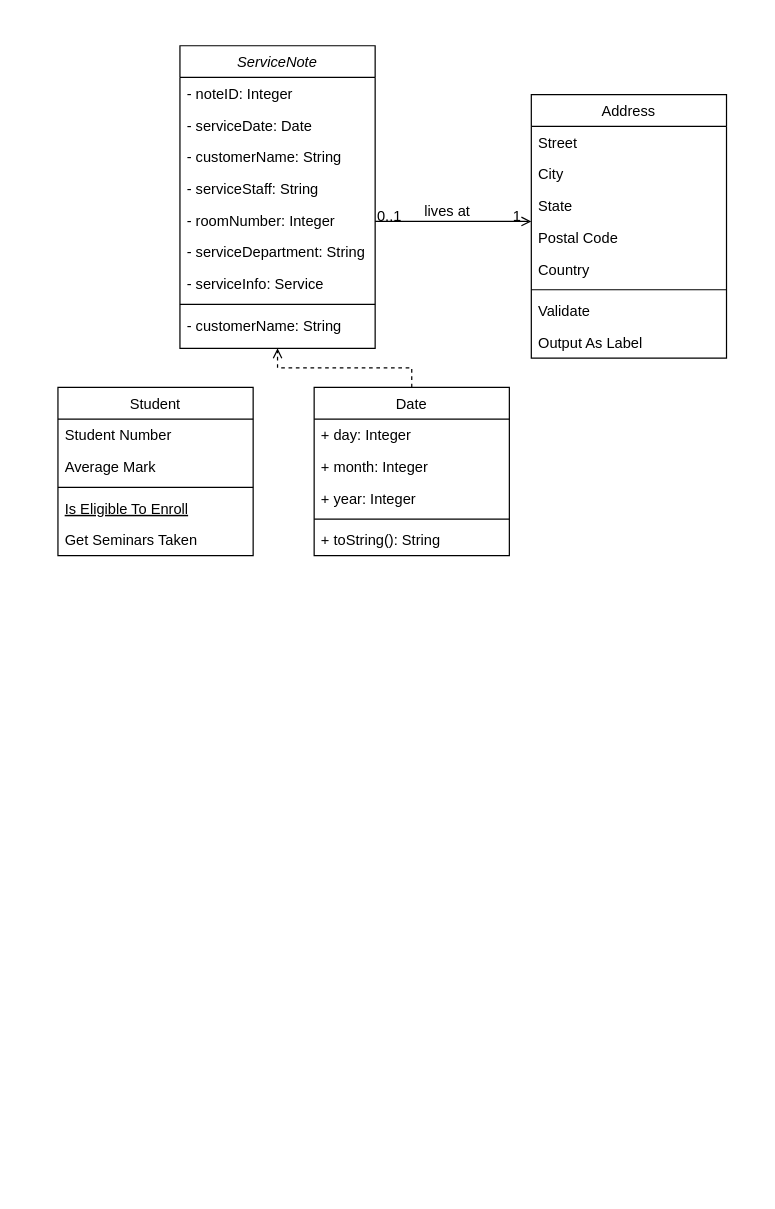
Before: Diagram/Class Diagram.drawio in jonathanha52/SE104.L23.PMCL, a draw.io diagram. Source tidied: cells renumbered, new cells numbered last; positions are measured from the earlier drawing's top-left corner, leaving out a move shared by most shapes. Both pictures are drawn from the tidied source at 122%, with x=0, y=0 at pixel (57, 45).
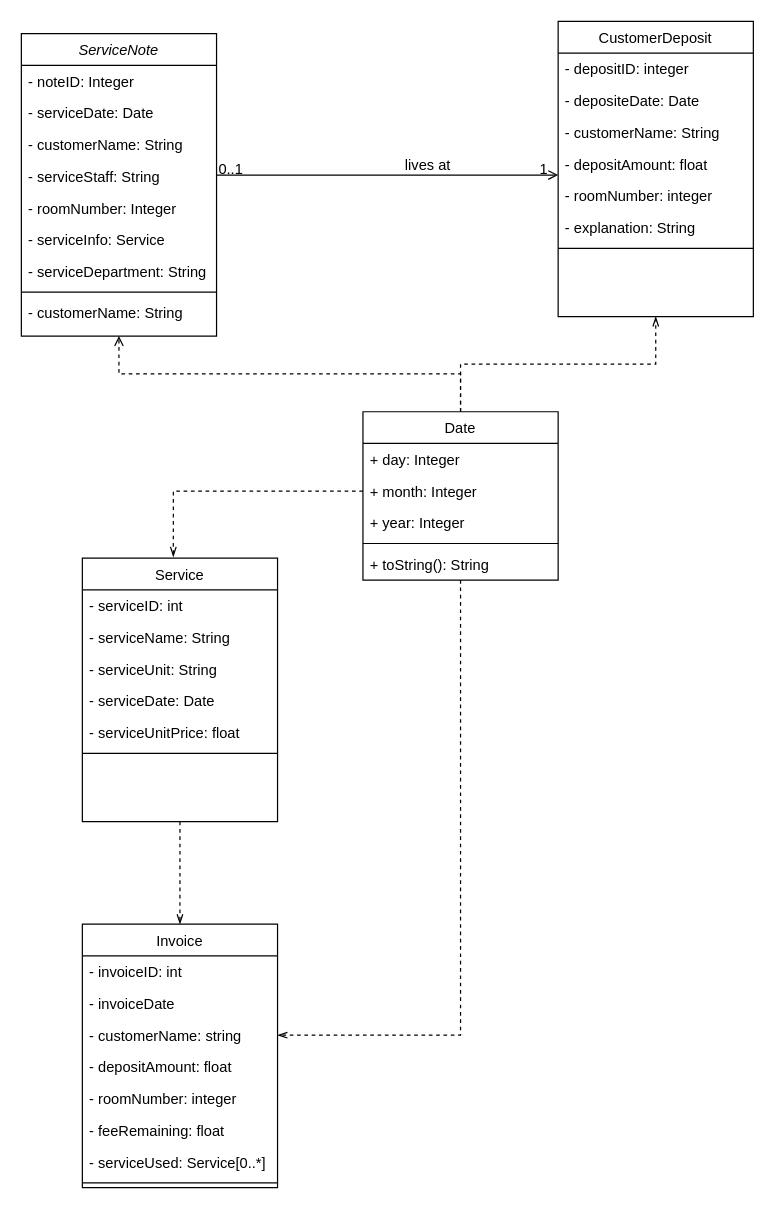
Above is the later version.

The change refers to these unchanged cells:
```xml
<mxCell id="20" value="+ month: Integer" style="text;align=left;verticalAlign=top;spacingLeft=4;spacingRight=4;overflow=hidden;points=[[0,0.5],[1,0.5]];portConstraint=eastwest;" parent="18" vertex="1">
  <mxGeometry y="52" width="160" height="26" as="geometry" />
</mxCell>
```

The edit, as a diff of the source:
```diff
@@
     <mxCell id="2" value="ServiceNote" style="swimlane;fontStyle=2;align=center;verticalAlign=top;horizontal=1;startSize=26;rounded=0;shadow=0;strokeWidth=1;" parent="1" vertex="1">
-      <mxGeometry x="100" width="160" height="248" as="geometry" />
+      <mxGeometry x="-30" y="-10" width="160" height="248" as="geometry" />
     </mxCell>
@@
+    <mxCell id="9" value="- serviceInfo: Service" style="text;align=left;verticalAlign=top;spacingLeft=4;spacingRight=4;overflow=hidden;" parent="2" vertex="1">
+      <mxGeometry y="156" width="160" height="26" as="geometry" />
+    </mxCell>
     <mxCell id="8" value="- serviceDepartment: String" style="text;align=left;verticalAlign=top;spacingLeft=4;spacingRight=4;overflow=hidden;" parent="2" vertex="1">
-      <mxGeometry y="156" width="160" height="26" as="geometry" />
+      <mxGeometry y="182" width="160" height="26" as="geometry" />
     </mxCell>
-    <mxCell id="9" value="- serviceInfo: Service" style="text;align=left;verticalAlign=top;spacingLeft=4;spacingRight=4;overflow=hidden;" parent="2" vertex="1">
-      <mxGeometry y="182" width="160" height="26" as="geometry" />
-    </mxCell>
@@
+    <mxCell id="38" style="edgeStyle=orthogonalEdgeStyle;rounded=0;jettySize=auto;html=1;exitX=0.5;exitY=1;exitDx=0;exitDy=0;entryX=0.5;entryY=0;entryDx=0;entryDy=0;dashed=1;endArrow=openThin;endFill=0;" parent="1" edge="1" source="12" target="46">
+      <mxGeometry relative="1" as="geometry" />
+    </mxCell>
-    <mxCell id="12" value="Student" style="swimlane;fontStyle=0;align=center;verticalAlign=top;horizontal=1;startSize=26;rounded=0;shadow=0;strokeWidth=1;" parent="1" vertex="1">
-      <mxGeometry y="280" width="160" height="138" as="geometry" />
+    <mxCell id="12" value="Service" style="swimlane;fontStyle=0;align=center;verticalAlign=top;horizontal=1;startSize=26;rounded=0;shadow=0;strokeWidth=1;" parent="1" vertex="1">
+      <mxGeometry x="20" y="420" width="160" height="216" as="geometry" />
     </mxCell>
-    <mxCell id="13" value="Student Number" style="text;align=left;verticalAlign=top;spacingLeft=4;spacingRight=4;overflow=hidden;" parent="12" vertex="1">
+    <mxCell id="13" value="- serviceID: int" style="text;align=left;verticalAlign=top;spacingLeft=4;spacingRight=4;overflow=hidden;" parent="12" vertex="1">
       <mxGeometry y="26" width="160" height="26" as="geometry" />
     </mxCell>
+    <mxCell id="39" value="- serviceName: String" style="text;align=left;verticalAlign=top;spacingLeft=4;spacingRight=4;overflow=hidden;" parent="12" vertex="1">
+      <mxGeometry y="52" width="160" height="26" as="geometry" />
+    </mxCell>
+    <mxCell id="40" value="- serviceUnit: String" style="text;align=left;verticalAlign=top;spacingLeft=4;spacingRight=4;overflow=hidden;rounded=0;shadow=0;html=0;" parent="12" vertex="1">
+      <mxGeometry y="78" width="160" height="26" as="geometry" />
+    </mxCell>
-    <mxCell id="14" value="Average Mark" style="text;align=left;verticalAlign=top;spacingLeft=4;spacingRight=4;overflow=hidden;rounded=0;shadow=0;html=0;" parent="12" vertex="1">
-      <mxGeometry y="52" width="160" height="26" as="geometry" />
+    <mxCell id="14" value="- serviceDate: Date" style="text;align=left;verticalAlign=top;spacingLeft=4;spacingRight=4;overflow=hidden;rounded=0;shadow=0;html=0;" parent="12" vertex="1">
+      <mxGeometry y="104" width="160" height="26" as="geometry" />
     </mxCell>
+    <mxCell id="41" value="- serviceUnitPrice: float" style="text;align=left;verticalAlign=top;spacingLeft=4;spacingRight=4;overflow=hidden;rounded=0;shadow=0;html=0;" parent="12" vertex="1">
+      <mxGeometry y="130" width="160" height="26" as="geometry" />
+    </mxCell>
     <mxCell id="15" style="line;html=1;strokeWidth=1;align=left;verticalAlign=middle;spacingTop=-1;spacingLeft=3;spacingRight=3;labelPosition=right;" parent="12" vertex="1">
-      <mxGeometry y="78" width="160" height="8" as="geometry" />
+      <mxGeometry y="156" width="160" height="8" as="geometry" />
     </mxCell>
-    <mxCell id="16" value="Is Eligible To Enroll" style="text;align=left;verticalAlign=top;spacingLeft=4;spacingRight=4;overflow=hidden;fontStyle=4;" parent="12" vertex="1">
-      <mxGeometry y="86" width="160" height="26" as="geometry" />
-    </mxCell>
-    <mxCell id="17" value="Get Seminars Taken" style="text;align=left;verticalAlign=top;spacingLeft=4;spacingRight=4;overflow=hidden;" parent="12" vertex="1">
-      <mxGeometry y="112" width="160" height="26" as="geometry" />
-    </mxCell>
+    <mxCell id="42" style="edgeStyle=orthogonalEdgeStyle;rounded=0;jettySize=auto;html=1;exitX=0.5;exitY=0;exitDx=0;exitDy=0;entryX=0.5;entryY=1;entryDx=0;entryDy=0;endArrow=openThin;endFill=0;dashed=1;" parent="1" edge="1" source="18" target="25">
+      <mxGeometry relative="1" as="geometry" />
+    </mxCell>
+    <mxCell id="43" style="edgeStyle=orthogonalEdgeStyle;rounded=0;jettySize=auto;html=1;entryX=1;entryY=0.5;entryDx=0;entryDy=0;dashed=1;endArrow=openThin;endFill=0;" parent="1" edge="1" source="18" target="49">
+      <mxGeometry relative="1" as="geometry" />
+    </mxCell>
     <mxCell id="18" value="Date" style="swimlane;fontStyle=0;align=center;verticalAlign=top;horizontal=1;startSize=26;rounded=0;shadow=0;strokeWidth=1;" parent="1" vertex="1">
-      <mxGeometry x="210" y="280" width="160" height="138" as="geometry" />
+      <mxGeometry x="250" y="300" width="160" height="138" as="geometry" />
     </mxCell>
@@
-    <mxCell id="25" value="Address" style="swimlane;fontStyle=0;align=center;verticalAlign=top;horizontal=1;startSize=26;rounded=0;shadow=0;strokeWidth=1;" parent="1" vertex="1">
-      <mxGeometry x="388" y="40" width="160" height="216" as="geometry" />
+    <mxCell id="25" value="CustomerDeposit" style="swimlane;fontStyle=0;align=center;verticalAlign=top;horizontal=1;startSize=26;rounded=0;shadow=0;strokeWidth=1;" parent="1" vertex="1">
+      <mxGeometry x="410" y="-20" width="160" height="242" as="geometry" />
     </mxCell>
-    <mxCell id="26" value="Street" style="text;align=left;verticalAlign=top;spacingLeft=4;spacingRight=4;overflow=hidden;" parent="25" vertex="1">
+    <mxCell id="26" value="- depositID: integer" style="text;align=left;verticalAlign=top;spacingLeft=4;spacingRight=4;overflow=hidden;" parent="25" vertex="1">
       <mxGeometry y="26" width="160" height="26" as="geometry" />
     </mxCell>
-    <mxCell id="27" value="City" style="text;align=left;verticalAlign=top;spacingLeft=4;spacingRight=4;overflow=hidden;rounded=0;shadow=0;html=0;" parent="25" vertex="1">
+    <mxCell id="27" value="- depositeDate: Date" style="text;align=left;verticalAlign=top;spacingLeft=4;spacingRight=4;overflow=hidden;rounded=0;shadow=0;html=0;" parent="25" vertex="1">
       <mxGeometry y="52" width="160" height="26" as="geometry" />
     </mxCell>
-    <mxCell id="28" value="State" style="text;align=left;verticalAlign=top;spacingLeft=4;spacingRight=4;overflow=hidden;rounded=0;shadow=0;html=0;" parent="25" vertex="1">
+    <mxCell id="28" value="- customerName: String" style="text;align=left;verticalAlign=top;spacingLeft=4;spacingRight=4;overflow=hidden;rounded=0;shadow=0;html=0;" parent="25" vertex="1">
       <mxGeometry y="78" width="160" height="26" as="geometry" />
     </mxCell>
-    <mxCell id="29" value="Postal Code" style="text;align=left;verticalAlign=top;spacingLeft=4;spacingRight=4;overflow=hidden;rounded=0;shadow=0;html=0;" parent="25" vertex="1">
+    <mxCell id="29" value="- depositAmount: float" style="text;align=left;verticalAlign=top;spacingLeft=4;spacingRight=4;overflow=hidden;rounded=0;shadow=0;html=0;" parent="25" vertex="1">
       <mxGeometry y="104" width="160" height="26" as="geometry" />
     </mxCell>
+    <mxCell id="44" value="- roomNumber: integer" style="text;align=left;verticalAlign=top;spacingLeft=4;spacingRight=4;overflow=hidden;rounded=0;shadow=0;html=0;" parent="25" vertex="1">
+      <mxGeometry y="130" width="160" height="26" as="geometry" />
+    </mxCell>
-    <mxCell id="30" value="Country" style="text;align=left;verticalAlign=top;spacingLeft=4;spacingRight=4;overflow=hidden;rounded=0;shadow=0;html=0;" parent="25" vertex="1">
-      <mxGeometry y="130" width="160" height="26" as="geometry" />
+    <mxCell id="30" value="- explanation: String" style="text;align=left;verticalAlign=top;spacingLeft=4;spacingRight=4;overflow=hidden;rounded=0;shadow=0;html=0;" parent="25" vertex="1">
+      <mxGeometry y="156" width="160" height="26" as="geometry" />
     </mxCell>
     <mxCell id="31" style="line;html=1;strokeWidth=1;align=left;verticalAlign=middle;spacingTop=-1;spacingLeft=3;spacingRight=3;labelPosition=right;" parent="25" vertex="1">
-      <mxGeometry y="156" width="160" height="8" as="geometry" />
+      <mxGeometry y="182" width="160" height="8" as="geometry" />
     </mxCell>
-    <mxCell id="32" value="Validate" style="text;align=left;verticalAlign=top;spacingLeft=4;spacingRight=4;overflow=hidden;" parent="25" vertex="1">
-      <mxGeometry y="164" width="160" height="26" as="geometry" />
-    </mxCell>
-    <mxCell id="33" value="Output As Label" style="text;align=left;verticalAlign=top;spacingLeft=4;spacingRight=4;overflow=hidden;" parent="25" vertex="1">
-      <mxGeometry y="190" width="160" height="26" as="geometry" />
-    </mxCell>
@@
+    <mxCell id="45" style="edgeStyle=orthogonalEdgeStyle;rounded=0;jettySize=auto;html=1;exitX=0;exitY=0.5;exitDx=0;exitDy=0;entryX=0.466;entryY=-0.005;entryDx=0;entryDy=0;entryPerimeter=0;dashed=1;endArrow=openThin;endFill=0;" parent="1" edge="1" source="20" target="12">
+      <mxGeometry relative="1" as="geometry" />
+    </mxCell>
+    <mxCell id="46" value="Invoice" style="swimlane;fontStyle=0;align=center;verticalAlign=top;horizontal=1;startSize=26;rounded=0;shadow=0;strokeWidth=1;" parent="1" vertex="1">
+      <mxGeometry x="20" y="720" width="160" height="216" as="geometry" />
+    </mxCell>
+    <mxCell id="47" value="- invoiceID: int" style="text;align=left;verticalAlign=top;spacingLeft=4;spacingRight=4;overflow=hidden;" parent="46" vertex="1">
+      <mxGeometry y="26" width="160" height="26" as="geometry" />
+    </mxCell>
+    <mxCell id="48" value="- invoiceDate" style="text;align=left;verticalAlign=top;spacingLeft=4;spacingRight=4;overflow=hidden;" parent="46" vertex="1">
+      <mxGeometry y="52" width="160" height="26" as="geometry" />
+    </mxCell>
+    <mxCell id="49" value="- customerName: string" style="text;align=left;verticalAlign=top;spacingLeft=4;spacingRight=4;overflow=hidden;points=[[0,0.5],[1,0.5]];portConstraint=eastwest;rounded=0;shadow=0;html=0;" parent="46" vertex="1">
+      <mxGeometry y="78" width="160" height="26" as="geometry" />
+    </mxCell>
+    <mxCell id="50" value="- depositAmount: float" style="text;align=left;verticalAlign=top;spacingLeft=4;spacingRight=4;overflow=hidden;rounded=0;shadow=0;html=0;" parent="46" vertex="1">
+      <mxGeometry y="104" width="160" height="26" as="geometry" />
+    </mxCell>
+    <mxCell id="51" value="- roomNumber: integer" style="text;align=left;verticalAlign=top;spacingLeft=4;spacingRight=4;overflow=hidden;rounded=0;shadow=0;html=0;" parent="46" vertex="1">
+      <mxGeometry y="130" width="160" height="26" as="geometry" />
+    </mxCell>
+    <mxCell id="52" value="- feeRemaining: float" style="text;align=left;verticalAlign=top;spacingLeft=4;spacingRight=4;overflow=hidden;rounded=0;shadow=0;html=0;" parent="46" vertex="1">
+      <mxGeometry y="156" width="160" height="26" as="geometry" />
+    </mxCell>
+    <mxCell id="53" value="- serviceUsed: Service[0..*]" style="text;align=left;verticalAlign=top;spacingLeft=4;spacingRight=4;overflow=hidden;rounded=0;shadow=0;html=0;" parent="46" vertex="1">
+      <mxGeometry y="182" width="160" height="26" as="geometry" />
+    </mxCell>
+    <mxCell id="54" style="line;html=1;strokeWidth=1;align=left;verticalAlign=middle;spacingTop=-1;spacingLeft=3;spacingRight=3;labelPosition=right;" parent="46" vertex="1">
+      <mxGeometry y="208" width="160" height="8" as="geometry" />
+    </mxCell>
```
